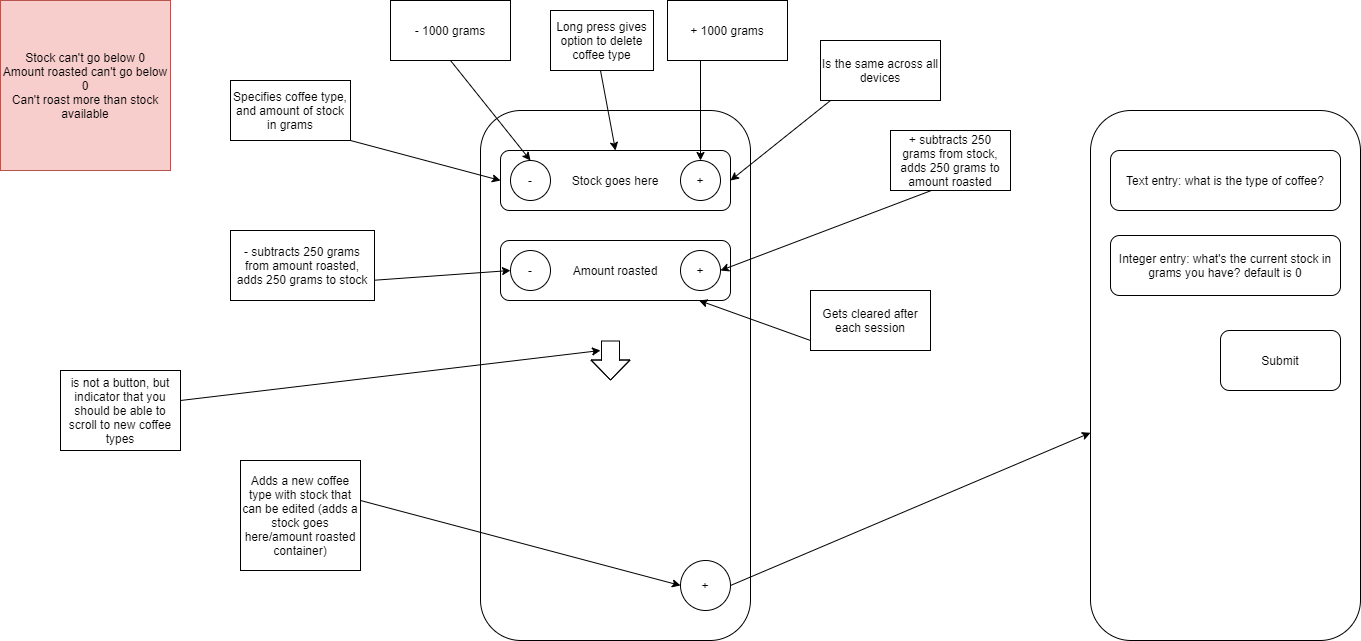
The draw.io diagram Design.png in Zeus5452/coffeestock, before a commit. Source tidied: cells renumbered, new cells last; positions are measured from the earlier drawing's top-left corner, leaving out a move shared by most shapes. The source it was exported from:
```xml
<mxGraphModel>
  <root>
    <mxCell id="0" />
    <mxCell id="1" parent="0" />
    <mxCell id="2" style="rounded=1;whiteSpace=wrap;html=1;" parent="1" vertex="1">
      <mxGeometry x="480" y="110" width="270" height="530" as="geometry" />
    </mxCell>
    <mxCell id="3" value="Stock goes here" style="rounded=1;whiteSpace=wrap;html=1;" parent="1" vertex="1">
      <mxGeometry x="500" y="150" width="230" height="60" as="geometry" />
    </mxCell>
    <mxCell id="4" value="Amount roasted" style="rounded=1;whiteSpace=wrap;html=1;" parent="1" vertex="1">
      <mxGeometry x="500" y="240" width="230" height="60" as="geometry" />
    </mxCell>
    <mxCell id="5" value="-" style="ellipse;whiteSpace=wrap;html=1;" parent="1" vertex="1">
      <mxGeometry x="510" y="250" width="40" height="40" as="geometry" />
    </mxCell>
    <mxCell id="6" value="+" style="ellipse;whiteSpace=wrap;html=1;" parent="1" vertex="1">
      <mxGeometry x="680" y="250" width="40" height="40" as="geometry" />
    </mxCell>
    <mxCell id="7" style="endArrow=classic;html=1;entryX=1;entryY=0.5;entryDx=0;entryDy=0;exitX=1;exitY=0.5;exitDx=0;exitDy=0;" parent="1" edge="1" source="8" target="6">
      <mxGeometry relative="1" as="geometry" />
    </mxCell>
    <mxCell id="8" value="+ subtracts 250 grams from stock, adds 250 grams to amount roasted" style="rounded=0;whiteSpace=wrap;html=1;" parent="1" vertex="1">
      <mxGeometry x="890" y="130" width="120" height="60" as="geometry" />
    </mxCell>
    <mxCell id="9" style="endArrow=classic;html=1;entryX=0;entryY=0.5;entryDx=0;entryDy=0;" parent="1" edge="1" target="3">
      <mxGeometry relative="1" as="geometry">
        <mxPoint x="350" y="140" as="sourcePoint" />
      </mxGeometry>
    </mxCell>
    <mxCell id="10" value="Specifies coffee type, and amount of stock in grams" style="rounded=0;whiteSpace=wrap;html=1;" parent="1" vertex="1">
      <mxGeometry x="230" y="80" width="120" height="60" as="geometry" />
    </mxCell>
    <mxCell id="11" value="+" style="ellipse;whiteSpace=wrap;html=1;" parent="1" vertex="1">
      <mxGeometry x="680" y="160" width="40" height="40" as="geometry" />
    </mxCell>
    <mxCell id="12" value="-" style="ellipse;whiteSpace=wrap;html=1;" parent="1" vertex="1">
      <mxGeometry x="510" y="160" width="40" height="40" as="geometry" />
    </mxCell>
    <mxCell id="13" value="+" style="ellipse;whiteSpace=wrap;html=1;" parent="1" vertex="1">
      <mxGeometry x="680" y="560" width="50" height="50" as="geometry" />
    </mxCell>
    <mxCell id="14" style="endArrow=classic;html=1;entryX=0;entryY=0.5;entryDx=0;entryDy=0;" parent="1" edge="1" target="13">
      <mxGeometry relative="1" as="geometry">
        <mxPoint x="360" y="500" as="sourcePoint" />
      </mxGeometry>
    </mxCell>
    <mxCell id="15" value="Adds a new coffee type with stock that can be edited (adds a stock goes here/amount roasted container)" style="rounded=0;whiteSpace=wrap;html=1;" parent="1" vertex="1">
      <mxGeometry x="240" y="460" width="120" height="110" as="geometry" />
    </mxCell>
    <mxCell id="16" style="shape=flexArrow;endArrow=classic;html=1;endWidth=20;endSize=6.33;width=18;" parent="1" edge="1">
      <mxGeometry relative="1" as="geometry">
        <mxPoint x="610" y="340" as="sourcePoint" />
        <mxPoint x="610" y="380" as="targetPoint" />
        <Array as="points">
          <mxPoint x="610" y="360" />
        </Array>
      </mxGeometry>
    </mxCell>
    <mxCell id="17" style="endArrow=classic;html=1;" parent="1" edge="1">
      <mxGeometry relative="1" as="geometry">
        <mxPoint x="180" y="400" as="sourcePoint" />
        <mxPoint x="600" y="350" as="targetPoint" />
      </mxGeometry>
    </mxCell>
    <mxCell id="18" value="is not a button, but indicator that you should be able to scroll to new coffee types" style="rounded=0;whiteSpace=wrap;html=1;" parent="1" vertex="1">
      <mxGeometry x="60" y="370" width="120" height="80" as="geometry" />
    </mxCell>
    <mxCell id="19" style="endArrow=classic;html=1;entryX=0;entryY=0.5;entryDx=0;entryDy=0;" parent="1" edge="1" target="5">
      <mxGeometry relative="1" as="geometry">
        <mxPoint x="370" y="280" as="sourcePoint" />
      </mxGeometry>
    </mxCell>
    <mxCell id="20" value="- subtracts 250 grams from amount roasted, adds 250 grams to stock" style="rounded=0;whiteSpace=wrap;html=1;" parent="1" vertex="1">
      <mxGeometry x="230" y="230" width="144" height="70" as="geometry" />
    </mxCell>
    <mxCell id="21" style="endArrow=classic;html=1;entryX=0.5;entryY=0;entryDx=0;entryDy=0;exitX=0.5;exitY=1;exitDx=0;exitDy=0;" parent="1" edge="1" source="22" target="12">
      <mxGeometry relative="1" as="geometry" />
    </mxCell>
    <mxCell id="22" value="- 1000 grams" style="rounded=0;whiteSpace=wrap;html=1;" parent="1" vertex="1">
      <mxGeometry x="390" width="120" height="60" as="geometry" />
    </mxCell>
    <mxCell id="23" style="endArrow=classic;html=1;entryX=0.5;entryY=0;entryDx=0;entryDy=0;" parent="1" edge="1" target="11">
      <mxGeometry relative="1" as="geometry">
        <mxPoint x="700" y="60" as="sourcePoint" />
      </mxGeometry>
    </mxCell>
    <mxCell id="24" value="+ 1000 grams" style="rounded=0;whiteSpace=wrap;html=1;" parent="1" vertex="1">
      <mxGeometry x="667" width="120" height="60" as="geometry" />
    </mxCell>
    <mxCell id="25" style="endArrow=classic;html=1;entryX=0.5;entryY=0;entryDx=0;entryDy=0;" parent="1" edge="1" target="3">
      <mxGeometry relative="1" as="geometry">
        <mxPoint x="600" y="70" as="sourcePoint" />
      </mxGeometry>
    </mxCell>
    <mxCell id="26" value="Long press gives option to delete coffee type" style="rounded=0;whiteSpace=wrap;html=1;" parent="1" vertex="1">
      <mxGeometry x="550" y="10" width="103" height="60" as="geometry" />
    </mxCell>
    <mxCell id="27" value="Stock can't go below 0&lt;br&gt;Amount roasted can't go below 0&lt;br&gt;Can't roast more than stock available" style="whiteSpace=wrap;html=1;fillColor=#f8cecc;strokeColor=#b85450;" parent="1" vertex="1">
      <mxGeometry width="170" height="170" as="geometry" />
    </mxCell>
    <mxCell id="28" style="endArrow=classic;html=1;entryX=1;entryY=0.5;entryDx=0;entryDy=0;" parent="1" edge="1" target="3">
      <mxGeometry relative="1" as="geometry">
        <mxPoint x="830" y="100" as="sourcePoint" />
      </mxGeometry>
    </mxCell>
    <mxCell id="29" value="Is the same across all devices" style="rounded=0;whiteSpace=wrap;html=1;" parent="1" vertex="1">
      <mxGeometry x="820" y="40" width="120" height="60" as="geometry" />
    </mxCell>
    <mxCell id="30" style="endArrow=classic;html=1;" parent="1" edge="1" target="4">
      <mxGeometry relative="1" as="geometry">
        <mxPoint x="810" y="340" as="sourcePoint" />
      </mxGeometry>
    </mxCell>
    <mxCell id="31" value="Gets cleared after each session" style="rounded=0;whiteSpace=wrap;html=1;" parent="1" vertex="1">
      <mxGeometry x="810" y="290" width="120" height="60" as="geometry" />
    </mxCell>
    <mxCell id="32" style="rounded=1;whiteSpace=wrap;html=1;" parent="1" vertex="1">
      <mxGeometry x="1090" y="110" width="270" height="530" as="geometry" />
    </mxCell>
    <mxCell id="33" value="Text entry: what is the type of coffee?" style="rounded=1;whiteSpace=wrap;html=1;" parent="1" vertex="1">
      <mxGeometry x="1110" y="150" width="230" height="60" as="geometry" />
    </mxCell>
    <mxCell id="34" style="endArrow=classic;html=1;exitX=1;exitY=0.5;exitDx=0;exitDy=0;" parent="1" edge="1" source="13" target="32">
      <mxGeometry relative="1" as="geometry" />
    </mxCell>
    <mxCell id="35" value="Integer entry: what's the current stock in grams you have? default is 0" style="rounded=1;whiteSpace=wrap;html=1;" parent="1" vertex="1">
      <mxGeometry x="1110" y="235" width="230" height="60" as="geometry" />
    </mxCell>
    <mxCell id="36" value="Submit" style="rounded=1;whiteSpace=wrap;html=1;" parent="1" vertex="1">
      <mxGeometry x="1220" y="330" width="120" height="60" as="geometry" />
    </mxCell>
  </root>
</mxGraphModel>
```
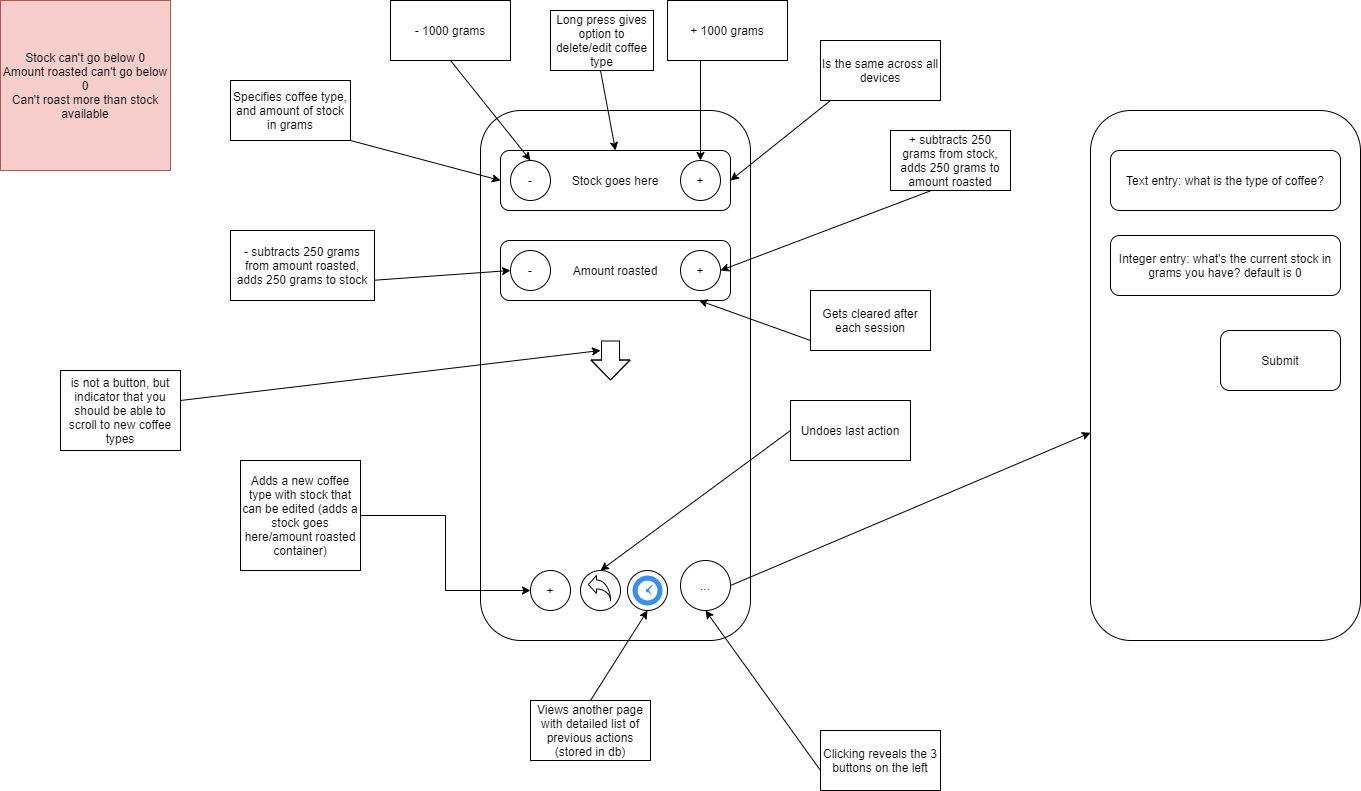
The same file after the commit.

Diff of the diagram source:
```diff
@@ -37,14 +37,12 @@
     <mxCell id="12" value="-" style="ellipse;whiteSpace=wrap;html=1;" parent="1" vertex="1">
       <mxGeometry x="510" y="160" width="40" height="40" as="geometry" />
     </mxCell>
-    <mxCell id="13" value="+" style="ellipse;whiteSpace=wrap;html=1;" parent="1" vertex="1">
+    <mxCell id="13" value="..." style="ellipse;whiteSpace=wrap;html=1;" parent="1" vertex="1">
       <mxGeometry x="680" y="560" width="50" height="50" as="geometry" />
     </mxCell>
-    <mxCell id="14" style="endArrow=classic;html=1;entryX=0;entryY=0.5;entryDx=0;entryDy=0;" parent="1" edge="1" target="13">
-      <mxGeometry relative="1" as="geometry">
-        <mxPoint x="360" y="500" as="sourcePoint" />
-      </mxGeometry>
-    </mxCell>
+    <mxCell id="37" style="edgeStyle=orthogonalEdgeStyle;rounded=0;jettySize=auto;html=1;exitX=1;exitY=0.5;exitDx=0;exitDy=0;entryX=0;entryY=0.5;entryDx=0;entryDy=0;" parent="1" edge="1" source="15" target="40">
+      <mxGeometry relative="1" as="geometry" />
+    </mxCell>
     <mxCell id="15" value="Adds a new coffee type with stock that can be edited (adds a stock goes here/amount roasted container)" style="rounded=0;whiteSpace=wrap;html=1;" parent="1" vertex="1">
       <mxGeometry x="240" y="460" width="120" height="110" as="geometry" />
     </mxCell>
@@ -93,7 +91,7 @@
         <mxPoint x="600" y="70" as="sourcePoint" />
       </mxGeometry>
     </mxCell>
-    <mxCell id="26" value="Long press gives option to delete coffee type" style="rounded=0;whiteSpace=wrap;html=1;" parent="1" vertex="1">
+    <mxCell id="26" value="Long press gives option to delete/edit coffee type" style="rounded=0;whiteSpace=wrap;html=1;" parent="1" vertex="1">
       <mxGeometry x="550" y="10" width="103" height="60" as="geometry" />
     </mxCell>
     <mxCell id="27" value="Stock can't go below 0&lt;br&gt;Amount roasted can't go below 0&lt;br&gt;Can't roast more than stock available" style="whiteSpace=wrap;html=1;fillColor=#f8cecc;strokeColor=#b85450;" parent="1" vertex="1">
@@ -130,5 +128,40 @@
     <mxCell id="36" value="Submit" style="rounded=1;whiteSpace=wrap;html=1;" parent="1" vertex="1">
       <mxGeometry x="1220" y="330" width="120" height="60" as="geometry" />
     </mxCell>
+    <mxCell id="38" style="ellipse;whiteSpace=wrap;html=1;" parent="1" vertex="1">
+      <mxGeometry x="627" y="570" width="40" height="40" as="geometry" />
+    </mxCell>
+    <mxCell id="39" style="ellipse;whiteSpace=wrap;html=1;" parent="1" vertex="1">
+      <mxGeometry x="580" y="570" width="40" height="40" as="geometry" />
+    </mxCell>
+    <mxCell id="40" value="+" style="ellipse;whiteSpace=wrap;html=1;" parent="1" vertex="1">
+      <mxGeometry x="530" y="570" width="40" height="40" as="geometry" />
+    </mxCell>
+    <mxCell id="41" style="html=1;shadow=0;dashed=0;align=center;verticalAlign=middle;shape=mxgraph.arrows2.jumpInArrow;dy=4.5;dx=8.12;arrowHead=18;direction=east;flipH=1;" parent="1" vertex="1">
+      <mxGeometry x="587.9" y="575" width="22.1" height="25" as="geometry" />
+    </mxCell>
+    <mxCell id="42" value="Undoes last action" style="rounded=0;whiteSpace=wrap;html=1;" parent="1" vertex="1">
+      <mxGeometry x="790" y="400" width="120" height="60" as="geometry" />
+    </mxCell>
+    <mxCell id="43" style="endArrow=classic;html=1;entryX=0.5;entryY=0;entryDx=0;entryDy=0;exitX=0;exitY=0.5;exitDx=0;exitDy=0;" parent="1" edge="1" source="42" target="39">
+      <mxGeometry relative="1" as="geometry" />
+    </mxCell>
+    <mxCell id="44" style="html=1;strokeColor=none;shadow=0;align=center;verticalAlign=top;fillColor=#3B8DF1;shape=mxgraph.gcp2.clock;" parent="1" vertex="1">
+      <mxGeometry x="632" y="575" width="30" height="30" as="geometry" />
+    </mxCell>
+    <mxCell id="45" value="Views another page with detailed list of previous actions (stored in db)" style="rounded=0;whiteSpace=wrap;html=1;" parent="1" vertex="1">
+      <mxGeometry x="530" y="700" width="120" height="60" as="geometry" />
+    </mxCell>
+    <mxCell id="46" style="endArrow=classic;html=1;entryX=0.5;entryY=1;entryDx=0;entryDy=0;exitX=0.5;exitY=0;exitDx=0;exitDy=0;" parent="1" edge="1" source="45" target="38">
+      <mxGeometry relative="1" as="geometry" />
+    </mxCell>
+    <mxCell id="47" style="endArrow=classic;html=1;entryX=0.5;entryY=1;entryDx=0;entryDy=0;" parent="1" edge="1" target="13">
+      <mxGeometry relative="1" as="geometry">
+        <mxPoint x="820" y="770" as="sourcePoint" />
+      </mxGeometry>
+    </mxCell>
+    <mxCell id="48" value="Clicking reveals the 3 buttons on the left" style="rounded=0;whiteSpace=wrap;html=1;" parent="1" vertex="1">
+      <mxGeometry x="820" y="730" width="120" height="60" as="geometry" />
+    </mxCell>
   </root>
 </mxGraphModel>
```
